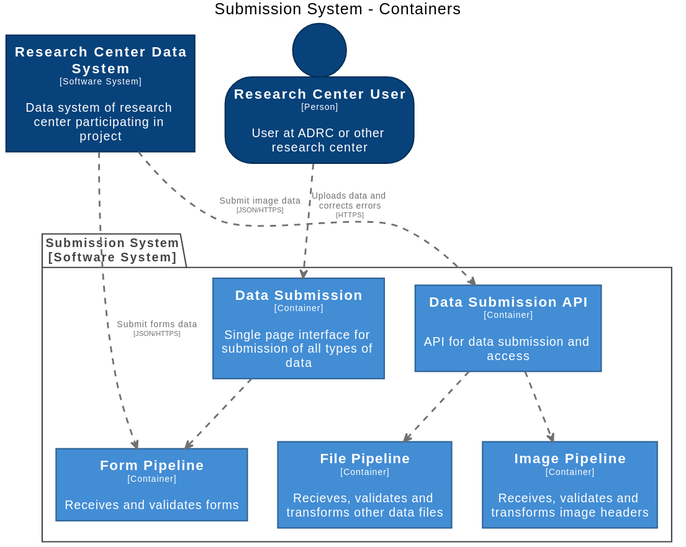
Before: docs/images/structurizr-SubmissionContainers.svg, a diagram exported from PlantUML (naccdata/system-design).
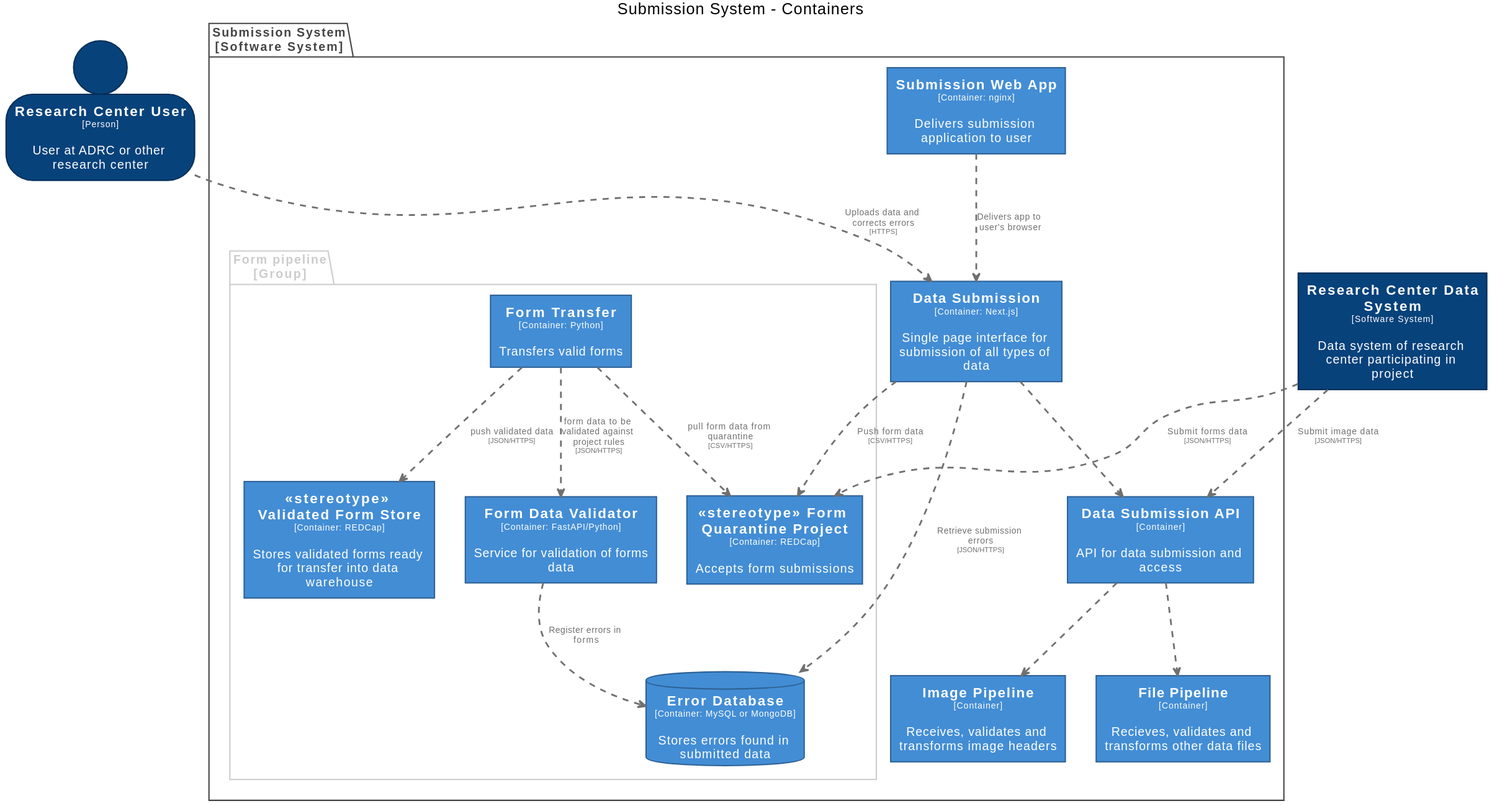
After the commit.

Change to the diagram source:
```diff
@@ -13,6 +13,16 @@
 
 hide stereotype
 
+skinparam rectangle<<SubmissionSystem.stereotypeFormQuarantineProject>> {
+  BackgroundColor #438dd5
+  FontColor #ffffff
+  BorderColor #2e6295
+}
+skinparam rectangle<<SubmissionSystem.stereotypeValidatedFormStore>> {
+  BackgroundColor #438dd5
+  FontColor #ffffff
+  BorderColor #2e6295
+}
 skinparam rectangle<<SubmissionSystem.DataSubmission>> {
   BackgroundColor #438dd5
   FontColor #ffffff
@@ -23,12 +33,22 @@
   FontColor #ffffff
   BorderColor #2e6295
 }
+skinparam database<<SubmissionSystem.ErrorDatabase>> {
+  BackgroundColor #438dd5
+  FontColor #ffffff
+  BorderColor #2e6295
+}
 skinparam rectangle<<SubmissionSystem.FilePipeline>> {
   BackgroundColor #438dd5
   FontColor #ffffff
   BorderColor #2e6295
 }
-skinparam rectangle<<SubmissionSystem.FormPipeline>> {
+skinparam rectangle<<SubmissionSystem.FormDataValidator>> {
+  BackgroundColor #438dd5
+  FontColor #ffffff
+  BorderColor #2e6295
+}
+skinparam rectangle<<SubmissionSystem.FormTransfer>> {
   BackgroundColor #438dd5
   FontColor #ffffff
   BorderColor #2e6295
@@ -48,25 +68,48 @@
   FontColor #ffffff
   BorderColor #052e56
 }
+skinparam rectangle<<SubmissionSystem.SubmissionWebApp>> {
+  BackgroundColor #438dd5
+  FontColor #ffffff
+  BorderColor #2e6295
+}
 
+person "==Research Center User\n<size:10>[Person]</size>\n\nUser at ADRC or other research center" <<ResearchCenterUser>> as ResearchCenterUser
 rectangle "==Research Center Data System\n<size:10>[Software System]</size>\n\nData system of research center participating in project" <<ResearchCenterDataSystem>> as ResearchCenterDataSystem
-person "==Research Center User\n<size:10>[Person]</size>\n\nUser at ADRC or other research center" <<ResearchCenterUser>> as ResearchCenterUser
 
 package "Submission System\n[Software System]" <<SubmissionSystem>> {
   skinparam PackageBorderColor<<SubmissionSystem>> #444444
   skinparam PackageFontColor<<SubmissionSystem>> #444444
 
-  rectangle "==Form Pipeline\n<size:10>[Container]</size>\n\nReceives and validates forms" <<SubmissionSystem.FormPipeline>> as SubmissionSystem.FormPipeline
+  package "Form pipeline\n[Group]" <<group>> {
+    skinparam PackageBorderColor<<group>> #cccccc
+    skinparam PackageFontColor<<group>> #cccccc
+
+    database "==Error Database\n<size:10>[Container: MySQL or MongoDB]</size>\n\nStores errors found in submitted data" <<SubmissionSystem.ErrorDatabase>> as SubmissionSystem.ErrorDatabase
+    rectangle "==<<stereotype>> Validated Form Store\n<size:10>[Container: REDCap]</size>\n\nStores validated forms ready for transfer into data warehouse" <<SubmissionSystem.stereotypeValidatedFormStore>> as SubmissionSystem.stereotypeValidatedFormStore
+    rectangle "==Form Data Validator\n<size:10>[Container: FastAPI/Python]</size>\n\nService for validation of forms data" <<SubmissionSystem.FormDataValidator>> as SubmissionSystem.FormDataValidator
+    rectangle "==<<stereotype>> Form Quarantine Project\n<size:10>[Container: REDCap]</size>\n\nAccepts form submissions" <<SubmissionSystem.stereotypeFormQuarantineProject>> as SubmissionSystem.stereotypeFormQuarantineProject
+    rectangle "==Form Transfer\n<size:10>[Container: Python]</size>\n\nTransfers valid forms" <<SubmissionSystem.FormTransfer>> as SubmissionSystem.FormTransfer
+  }
+
   rectangle "==Image Pipeline\n<size:10>[Container]</size>\n\nReceives, validates and transforms image headers" <<SubmissionSystem.ImagePipeline>> as SubmissionSystem.ImagePipeline
   rectangle "==File Pipeline\n<size:10>[Container]</size>\n\nRecieves, validates and transforms other data files" <<SubmissionSystem.FilePipeline>> as SubmissionSystem.FilePipeline
   rectangle "==Data Submission API\n<size:10>[Container]</size>\n\nAPI for data submission and access" <<SubmissionSystem.DataSubmissionAPI>> as SubmissionSystem.DataSubmissionAPI
-  rectangle "==Data Submission\n<size:10>[Container]</size>\n\nSingle page interface for submission of all types of data" <<SubmissionSystem.DataSubmission>> as SubmissionSystem.DataSubmission
+  rectangle "==Data Submission\n<size:10>[Container: Next.js]</size>\n\nSingle page interface for submission of all types of data" <<SubmissionSystem.DataSubmission>> as SubmissionSystem.DataSubmission
+  rectangle "==Submission Web App\n<size:10>[Container: nginx]</size>\n\nDelivers submission application to user" <<SubmissionSystem.SubmissionWebApp>> as SubmissionSystem.SubmissionWebApp
 }
 
-ResearchCenterDataSystem .[#707070,thickness=2].> SubmissionSystem.FormPipeline : "<color:#707070>Submit forms data\n<color:#707070><size:8>[JSON/HTTPS]</size>"
+ResearchCenterDataSystem .[#707070,thickness=2].> SubmissionSystem.stereotypeFormQuarantineProject : "<color:#707070>Submit forms data\n<color:#707070><size:8>[JSON/HTTPS]</size>"
 ResearchCenterDataSystem .[#707070,thickness=2].> SubmissionSystem.DataSubmissionAPI : "<color:#707070>Submit image data\n<color:#707070><size:8>[JSON/HTTPS]</size>"
+SubmissionSystem.FormDataValidator .[#707070,thickness=2].> SubmissionSystem.ErrorDatabase : "<color:#707070>Register errors in forms"
+SubmissionSystem.FormTransfer .[#707070,thickness=2].> SubmissionSystem.stereotypeFormQuarantineProject : "<color:#707070>pull form data from quarantine\n<color:#707070><size:8>[CSV/HTTPS]</size>"
+SubmissionSystem.FormTransfer .[#707070,thickness=2].> SubmissionSystem.FormDataValidator : "<color:#707070>form data to be validated against project rules\n<color:#707070><size:8>[JSON/HTTPS]</size>"
+SubmissionSystem.FormTransfer .[#707070,thickness=2].> SubmissionSystem.stereotypeValidatedFormStore : "<color:#707070>push validated data\n<color:#707070><size:8>[JSON/HTTPS]</size>"
 SubmissionSystem.DataSubmissionAPI .[#707070,thickness=2].> SubmissionSystem.FilePipeline : "<color:#707070>"
 SubmissionSystem.DataSubmissionAPI .[#707070,thickness=2].> SubmissionSystem.ImagePipeline : "<color:#707070>"
-SubmissionSystem.DataSubmission .[#707070,thickness=2].> SubmissionSystem.FormPipeline : "<color:#707070>"
+SubmissionSystem.DataSubmission .[#707070,thickness=2].> SubmissionSystem.stereotypeFormQuarantineProject : "<color:#707070>Push form data\n<color:#707070><size:8>[CSV/HTTPS]</size>"
+SubmissionSystem.DataSubmission .[#707070,thickness=2].> SubmissionSystem.DataSubmissionAPI : "<color:#707070>"
+SubmissionSystem.DataSubmission .[#707070,thickness=2].> SubmissionSystem.ErrorDatabase : "<color:#707070>Retrieve submission errors\n<color:#707070><size:8>[JSON/HTTPS]</size>"
+SubmissionSystem.SubmissionWebApp .[#707070,thickness=2].> SubmissionSystem.DataSubmission : "<color:#707070>Delivers app to user's browser"
 ResearchCenterUser .[#707070,thickness=2].> SubmissionSystem.DataSubmission : "<color:#707070>Uploads data and corrects errors\n<color:#707070><size:8>[HTTPS]</size>"
 @enduml
```
